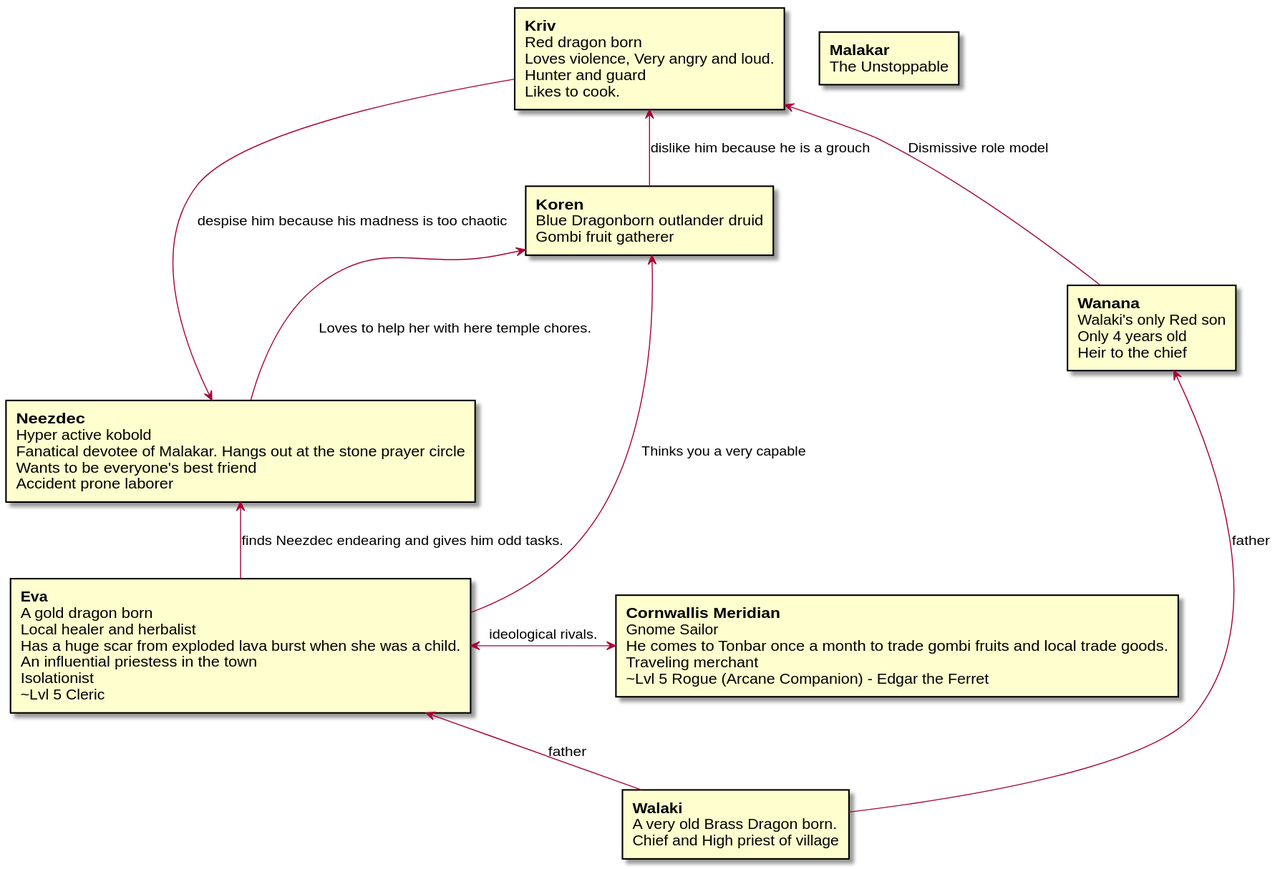
Earlier version of the PlantUML export dnd-5e-traas-2022.svg (tedkotz/rpglog). Its diagram source:
```plantuml
@startuml dnd-5e-traas-2022

rectangle aaron [
**Neezdec**
Hyper active kobold
Fanatical devotee of Malakar. Hangs out at the stone prayer circle
Wants to be everyone's best friend
Accident prone laborer
]

rectangle miriam [
**Kriv**
Red dragon born
Loves violence, Very angry and loud.
Hunter and guard
Likes to cook.
]

rectangle mady [
**Koren**
Blue Dragonborn outlander druid
Gombi fruit gatherer
]

rectangle chief [
**Walaki**
A very old Brass Dragon born.
Chief and High priest of village
]

rectangle prince [
**Wanana**
Walaki's only Red son
Only 4 years old
Heir to the chief
]

rectangle trader [
**Cornwallis Meridian**
Gnome Sailor
He comes to Tonbar once a month to trade gombi fruits and local trade goods.
Traveling merchant
~Lvl 5 Rogue (Arcane Companion) - Edgar the Ferret
]

rectangle priestess [
**Eva**
A gold dragon born
Local healer and herbalist
Has a huge scar from exploded lava burst when she was a child.
An influential priestess in the town
Isolationist
~Lvl 5 Cleric
]

rectangle malakar [
**Malakar**
The Unstoppable
]

prince <-- chief  : father
priestess <-- chief : father
priestess <-> trader: ideological rivals.
aaron <-- miriam : despise him because his madness is too chaotic
miriam <-- mady  : dislike him because he is a grouch
aaron <-- priestess : finds Neezdec endearing and gives him odd tasks.
mady <-- priestess : Thinks you a very capable
miriam <-- prince : Dismissive role model
mady <-- aaron  : Loves to help her with here temple chores.

@enduml
```
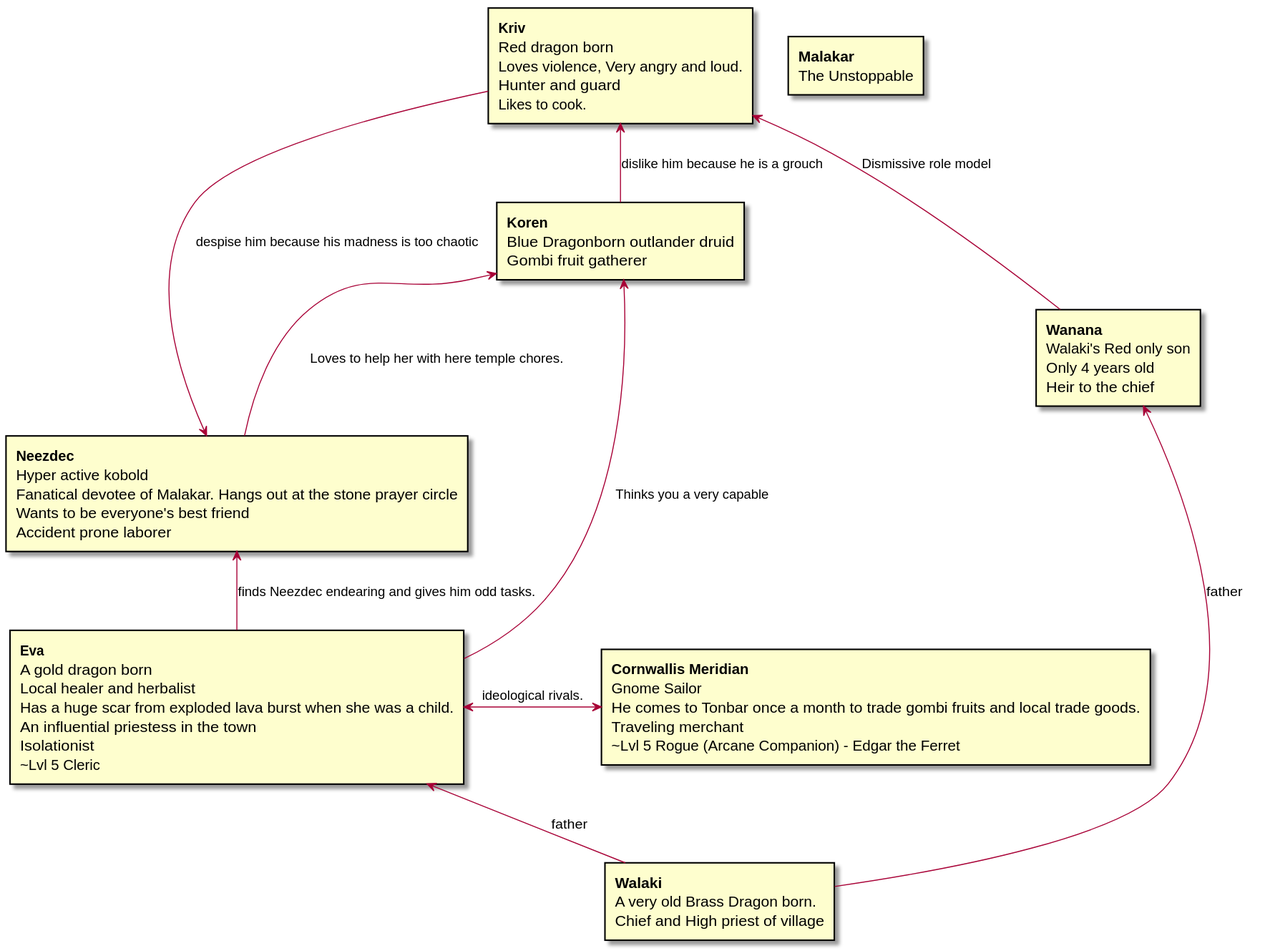
After the change.

What changed in the source:
```diff
@@ -30,7 +30,7 @@
 
 rectangle prince [
 **Wanana**
-Walaki's only Red son
+Walaki's Red only son
 Only 4 years old
 Heir to the chief
 ]
```
